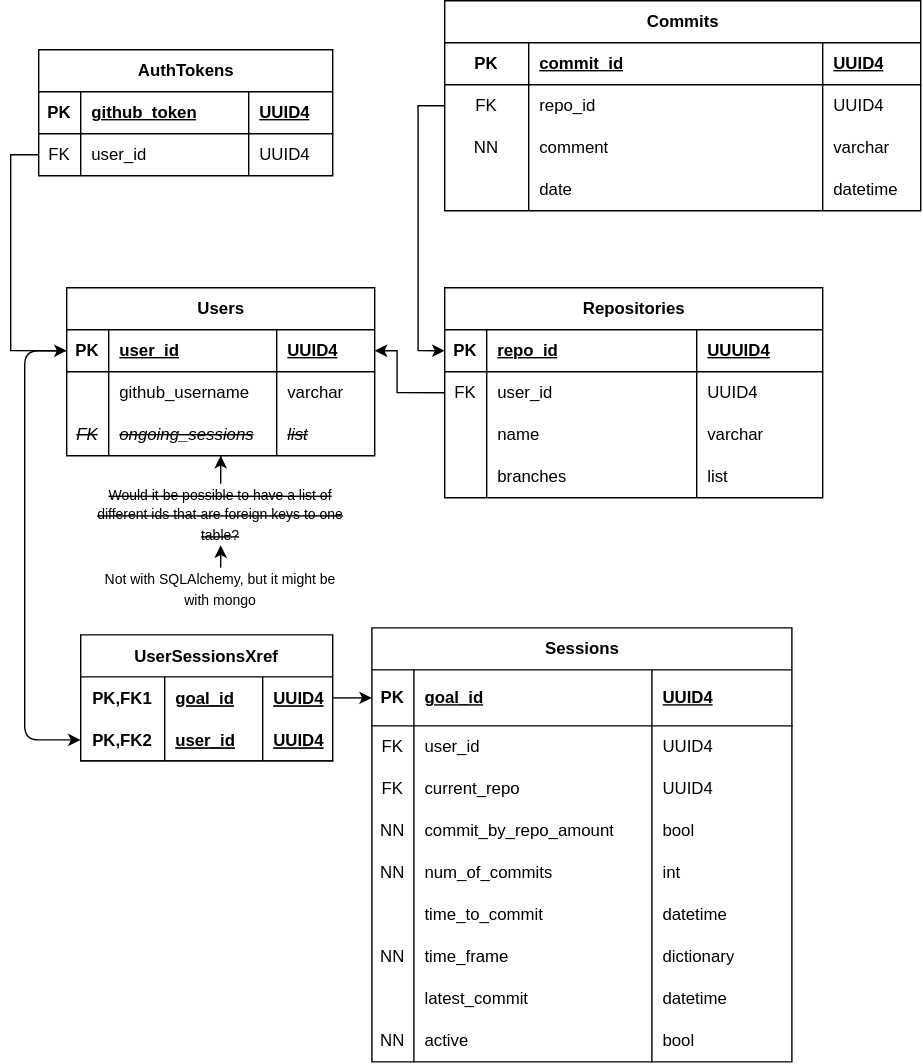
Earlier version of the draw.io export git-nabber.drawio.svg (Jamesh431/Cyclone). Source tidied: cells renumbered, new cells last; positions are measured from the earlier drawing's top-left corner, leaving out a move shared by most shapes.
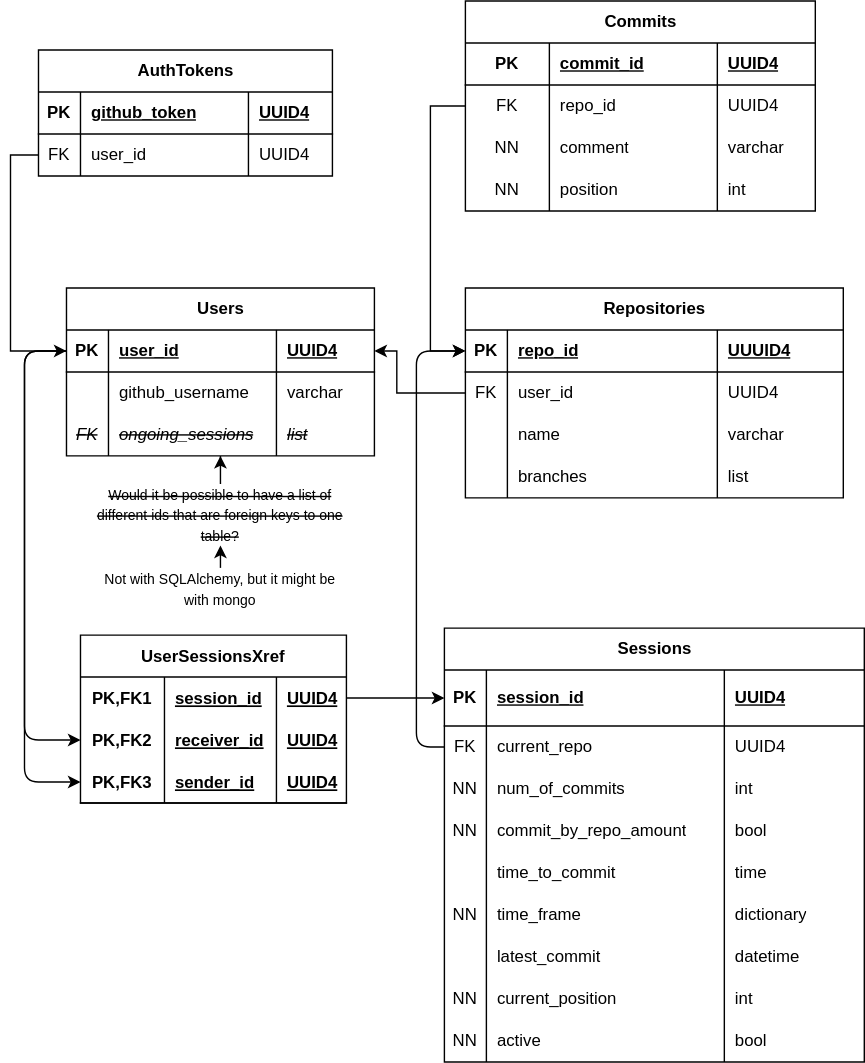
The same file after the commit.

Commit message:
made changes to ERD

What changed in the source:
```diff
@@ -74,3 +74,3 @@
     <mxCell id="25" value="Repositories" style="shape=table;startSize=30;rowLines=0;fontStyle=1;align=center;html=1;" parent="1" vertex="1">
-      <mxGeometry x="300" y="205" width="270" height="150" as="geometry" />
+      <mxGeometry x="315" y="205" width="270" height="150" as="geometry" />
     </mxCell>
@@ -125,6 +125,6 @@
     <mxCell id="42" value="Commits" style="shape=table;startSize=30;rowLines=0;fontStyle=1;align=center;html=1;" parent="1" vertex="1">
-      <mxGeometry x="300" width="340" height="150" as="geometry" />
+      <mxGeometry x="315" width="250" height="150" as="geometry" />
     </mxCell>
     <mxCell id="43" style="shape=tableRow;horizontal=0;startSize=0;swimlaneHead=0;swimlaneBody=0;fillColor=none;top=0;left=0;right=0;bottom=1;" parent="42" vertex="1">
-      <mxGeometry y="30" width="340" height="30" as="geometry" />
+      <mxGeometry y="30" width="250" height="30" as="geometry" />
     </mxCell>
@@ -134,9 +134,9 @@
     <mxCell id="45" value="commit_id" style="shape=partialRectangle;fillColor=none;top=0;left=0;bottom=0;right=0;align=left;spacingLeft=6;fontStyle=5;overflow=hidden;whiteSpace=wrap;html=1;" parent="43" vertex="1">
-      <mxGeometry x="60" width="210" height="30" as="geometry" />
+      <mxGeometry x="60" width="120" height="30" as="geometry" />
     </mxCell>
     <mxCell id="46" value="UUID4" style="shape=partialRectangle;fillColor=none;top=0;left=0;bottom=0;right=0;align=left;spacingLeft=6;fontStyle=5;overflow=hidden;whiteSpace=wrap;html=1;" parent="43" vertex="1">
-      <mxGeometry x="270" width="70" height="30" as="geometry" />
+      <mxGeometry x="180" width="70" height="30" as="geometry" />
     </mxCell>
     <mxCell id="47" style="shape=tableRow;horizontal=0;startSize=0;swimlaneHead=0;swimlaneBody=0;fillColor=none;points=[[0,0.5],[1,0.5]];portConstraint=eastwest;top=0;left=0;right=0;bottom=0;" parent="42" vertex="1">
-      <mxGeometry y="60" width="340" height="30" as="geometry" />
+      <mxGeometry y="60" width="250" height="30" as="geometry" />
     </mxCell>
@@ -146,9 +146,9 @@
     <mxCell id="49" value="repo_id" style="shape=partialRectangle;fillColor=none;top=0;left=0;bottom=0;right=0;align=left;spacingLeft=6;overflow=hidden;whiteSpace=wrap;html=1;" parent="47" vertex="1">
-      <mxGeometry x="60" width="210" height="30" as="geometry" />
+      <mxGeometry x="60" width="120" height="30" as="geometry" />
     </mxCell>
     <mxCell id="50" value="UUID4" style="shape=partialRectangle;fillColor=none;top=0;left=0;bottom=0;right=0;align=left;spacingLeft=6;overflow=hidden;whiteSpace=wrap;html=1;" parent="47" vertex="1">
-      <mxGeometry x="270" width="70" height="30" as="geometry" />
+      <mxGeometry x="180" width="70" height="30" as="geometry" />
     </mxCell>
     <mxCell id="51" style="shape=tableRow;horizontal=0;startSize=0;swimlaneHead=0;swimlaneBody=0;fillColor=none;top=0;left=0;right=0;bottom=0;" parent="42" vertex="1">
-      <mxGeometry y="90" width="340" height="30" as="geometry" />
+      <mxGeometry y="90" width="250" height="30" as="geometry" />
     </mxCell>
@@ -158,21 +158,21 @@
     <mxCell id="53" value="comment" style="shape=partialRectangle;fillColor=none;top=0;left=0;bottom=0;right=0;align=left;spacingLeft=6;overflow=hidden;whiteSpace=wrap;html=1;" parent="51" vertex="1">
-      <mxGeometry x="60" width="210" height="30" as="geometry" />
+      <mxGeometry x="60" width="120" height="30" as="geometry" />
     </mxCell>
     <mxCell id="54" value="varchar" style="shape=partialRectangle;fillColor=none;top=0;left=0;bottom=0;right=0;align=left;spacingLeft=6;overflow=hidden;whiteSpace=wrap;html=1;" parent="51" vertex="1">
-      <mxGeometry x="270" width="70" height="30" as="geometry" />
+      <mxGeometry x="180" width="70" height="30" as="geometry" />
     </mxCell>
     <mxCell id="55" style="shape=tableRow;horizontal=0;startSize=0;swimlaneHead=0;swimlaneBody=0;fillColor=none;top=0;left=0;right=0;bottom=0;" parent="42" vertex="1">
-      <mxGeometry y="120" width="340" height="30" as="geometry" />
+      <mxGeometry y="120" width="250" height="30" as="geometry" />
     </mxCell>
-    <mxCell id="56" style="shape=partialRectangle;fillColor=none;top=0;left=0;bottom=0;right=0;overflow=hidden;whiteSpace=wrap;html=1;" parent="55" vertex="1">
+    <mxCell id="56" value="NN" style="shape=partialRectangle;fillColor=none;top=0;left=0;bottom=0;right=0;overflow=hidden;whiteSpace=wrap;html=1;" parent="55" vertex="1">
       <mxGeometry width="60" height="30" as="geometry" />
     </mxCell>
-    <mxCell id="57" value="date" style="shape=partialRectangle;fillColor=none;top=0;left=0;bottom=0;right=0;align=left;spacingLeft=6;overflow=hidden;whiteSpace=wrap;html=1;" parent="55" vertex="1">
-      <mxGeometry x="60" width="210" height="30" as="geometry" />
+    <mxCell id="57" value="position" style="shape=partialRectangle;fillColor=none;top=0;left=0;bottom=0;right=0;align=left;spacingLeft=6;overflow=hidden;whiteSpace=wrap;html=1;" parent="55" vertex="1">
+      <mxGeometry x="60" width="120" height="30" as="geometry" />
     </mxCell>
-    <mxCell id="58" value="datetime" style="shape=partialRectangle;fillColor=none;top=0;left=0;bottom=0;right=0;align=left;spacingLeft=6;overflow=hidden;whiteSpace=wrap;html=1;" parent="55" vertex="1">
-      <mxGeometry x="270" width="70" height="30" as="geometry" />
+    <mxCell id="58" value="int" style="shape=partialRectangle;fillColor=none;top=0;left=0;bottom=0;right=0;align=left;spacingLeft=6;overflow=hidden;whiteSpace=wrap;html=1;" parent="55" vertex="1">
+      <mxGeometry x="180" width="70" height="30" as="geometry" />
     </mxCell>
     <mxCell id="59" value="Sessions" style="shape=table;startSize=30;rowLines=0;fontStyle=1;align=center;html=1;" parent="1" vertex="1">
-      <mxGeometry x="248" y="448" width="300" height="310" as="geometry" />
+      <mxGeometry x="300" y="448" width="300" height="310" as="geometry" />
     </mxCell>
@@ -184,3 +184,3 @@
     </mxCell>
-    <mxCell id="62" value="goal_id" style="shape=partialRectangle;fillColor=none;top=0;left=0;bottom=0;right=0;align=left;spacingLeft=6;fontStyle=5;overflow=hidden;whiteSpace=wrap;html=1;" parent="60" vertex="1">
+    <mxCell id="62" value="session_id" style="shape=partialRectangle;fillColor=none;top=0;left=0;bottom=0;right=0;align=left;spacingLeft=6;fontStyle=5;overflow=hidden;whiteSpace=wrap;html=1;" parent="60" vertex="1">
       <mxGeometry x="30" width="170" height="40" as="geometry" />
@@ -190,16 +190,4 @@
     </mxCell>
-    <mxCell id="64" style="shape=tableRow;horizontal=0;startSize=0;swimlaneHead=0;swimlaneBody=0;fillColor=none;top=0;left=0;right=0;bottom=0;" parent="59" vertex="1">
-      <mxGeometry y="70" width="300" height="30" as="geometry" />
-    </mxCell>
-    <mxCell id="65" value="FK" style="shape=partialRectangle;fillColor=none;top=0;left=0;bottom=0;right=0;overflow=hidden;whiteSpace=wrap;html=1;" parent="64" vertex="1">
-      <mxGeometry width="30" height="30" as="geometry" />
-    </mxCell>
-    <mxCell id="66" value="user_id" style="shape=partialRectangle;fillColor=none;top=0;left=0;bottom=0;right=0;align=left;spacingLeft=6;overflow=hidden;whiteSpace=wrap;html=1;" parent="64" vertex="1">
-      <mxGeometry x="30" width="170" height="30" as="geometry" />
-    </mxCell>
-    <mxCell id="67" value="UUID4" style="shape=partialRectangle;fillColor=none;top=0;left=0;bottom=0;right=0;align=left;spacingLeft=6;overflow=hidden;whiteSpace=wrap;html=1;" parent="64" vertex="1">
-      <mxGeometry x="200" width="100" height="30" as="geometry" />
-    </mxCell>
     <mxCell id="68" style="shape=tableRow;horizontal=0;startSize=0;swimlaneHead=0;swimlaneBody=0;fillColor=none;points=[[0,0.5],[1,0.5]];portConstraint=eastwest;top=0;left=0;right=0;bottom=0;" parent="59" vertex="1">
-      <mxGeometry y="100" width="300" height="30" as="geometry" />
+      <mxGeometry y="70" width="300" height="30" as="geometry" />
     </mxCell>
@@ -214,2 +202,14 @@
     </mxCell>
+    <mxCell id="76" style="shape=tableRow;horizontal=0;startSize=0;swimlaneHead=0;swimlaneBody=0;fillColor=none;top=0;left=0;right=0;bottom=0;" parent="59" vertex="1">
+      <mxGeometry y="100" width="300" height="30" as="geometry" />
+    </mxCell>
+    <mxCell id="77" value="NN" style="shape=partialRectangle;fillColor=none;top=0;left=0;bottom=0;right=0;overflow=hidden;whiteSpace=wrap;html=1;" parent="76" vertex="1">
+      <mxGeometry width="30" height="30" as="geometry" />
+    </mxCell>
+    <mxCell id="78" value="num_of_commits" style="shape=partialRectangle;fillColor=none;top=0;left=0;bottom=0;right=0;align=left;spacingLeft=6;overflow=hidden;whiteSpace=wrap;html=1;" parent="76" vertex="1">
+      <mxGeometry x="30" width="170" height="30" as="geometry" />
+    </mxCell>
+    <mxCell id="79" value="int" style="shape=partialRectangle;fillColor=none;top=0;left=0;bottom=0;right=0;align=left;spacingLeft=6;overflow=hidden;whiteSpace=wrap;html=1;" parent="76" vertex="1">
+      <mxGeometry x="200" width="100" height="30" as="geometry" />
+    </mxCell>
     <mxCell id="72" style="shape=tableRow;horizontal=0;startSize=0;swimlaneHead=0;swimlaneBody=0;fillColor=none;top=0;left=0;right=0;bottom=0;" parent="59" vertex="1">
@@ -226,16 +226,4 @@
     </mxCell>
-    <mxCell id="76" style="shape=tableRow;horizontal=0;startSize=0;swimlaneHead=0;swimlaneBody=0;fillColor=none;top=0;left=0;right=0;bottom=0;" parent="59" vertex="1">
-      <mxGeometry y="160" width="300" height="30" as="geometry" />
-    </mxCell>
-    <mxCell id="77" value="NN" style="shape=partialRectangle;fillColor=none;top=0;left=0;bottom=0;right=0;overflow=hidden;whiteSpace=wrap;html=1;" parent="76" vertex="1">
-      <mxGeometry width="30" height="30" as="geometry" />
-    </mxCell>
-    <mxCell id="78" value="num_of_commits" style="shape=partialRectangle;fillColor=none;top=0;left=0;bottom=0;right=0;align=left;spacingLeft=6;overflow=hidden;whiteSpace=wrap;html=1;" parent="76" vertex="1">
-      <mxGeometry x="30" width="170" height="30" as="geometry" />
-    </mxCell>
-    <mxCell id="79" value="int" style="shape=partialRectangle;fillColor=none;top=0;left=0;bottom=0;right=0;align=left;spacingLeft=6;overflow=hidden;whiteSpace=wrap;html=1;" parent="76" vertex="1">
-      <mxGeometry x="200" width="100" height="30" as="geometry" />
-    </mxCell>
     <mxCell id="80" style="shape=tableRow;horizontal=0;startSize=0;swimlaneHead=0;swimlaneBody=0;fillColor=none;top=0;left=0;right=0;bottom=0;" parent="59" vertex="1">
-      <mxGeometry y="190" width="300" height="30" as="geometry" />
+      <mxGeometry y="160" width="300" height="30" as="geometry" />
     </mxCell>
@@ -247,3 +235,3 @@
     </mxCell>
-    <mxCell id="83" value="datetime" style="shape=partialRectangle;fillColor=none;top=0;left=0;bottom=0;right=0;align=left;spacingLeft=6;overflow=hidden;whiteSpace=wrap;html=1;" parent="80" vertex="1">
+    <mxCell id="83" value="time" style="shape=partialRectangle;fillColor=none;top=0;left=0;bottom=0;right=0;align=left;spacingLeft=6;overflow=hidden;whiteSpace=wrap;html=1;" parent="80" vertex="1">
       <mxGeometry x="200" width="100" height="30" as="geometry" />
@@ -251,3 +239,3 @@
     <mxCell id="84" style="shape=tableRow;horizontal=0;startSize=0;swimlaneHead=0;swimlaneBody=0;fillColor=none;top=0;left=0;right=0;bottom=0;" parent="59" vertex="1">
-      <mxGeometry y="220" width="300" height="30" as="geometry" />
+      <mxGeometry y="190" width="300" height="30" as="geometry" />
     </mxCell>
@@ -263,3 +251,3 @@
     <mxCell id="88" style="shape=tableRow;horizontal=0;startSize=0;swimlaneHead=0;swimlaneBody=0;fillColor=none;top=0;left=0;right=0;bottom=0;" parent="59" vertex="1">
-      <mxGeometry y="250" width="300" height="30" as="geometry" />
+      <mxGeometry y="220" width="300" height="30" as="geometry" />
     </mxCell>
@@ -274,2 +262,14 @@
     </mxCell>
+    <mxCell id="113" style="shape=tableRow;horizontal=0;startSize=0;swimlaneHead=0;swimlaneBody=0;fillColor=none;top=0;left=0;right=0;bottom=0;" parent="59" vertex="1">
+      <mxGeometry y="250" width="300" height="30" as="geometry" />
+    </mxCell>
+    <mxCell id="114" value="NN" style="shape=partialRectangle;fillColor=none;top=0;left=0;bottom=0;right=0;overflow=hidden;whiteSpace=wrap;html=1;" parent="113" vertex="1">
+      <mxGeometry width="30" height="30" as="geometry" />
+    </mxCell>
+    <mxCell id="115" value="current_position" style="shape=partialRectangle;fillColor=none;top=0;left=0;bottom=0;right=0;align=left;spacingLeft=6;overflow=hidden;whiteSpace=wrap;html=1;" parent="113" vertex="1">
+      <mxGeometry x="30" width="170" height="30" as="geometry" />
+    </mxCell>
+    <mxCell id="116" value="int" style="shape=partialRectangle;fillColor=none;top=0;left=0;bottom=0;right=0;align=left;spacingLeft=6;overflow=hidden;whiteSpace=wrap;html=1;" parent="113" vertex="1">
+      <mxGeometry x="200" width="100" height="30" as="geometry" />
+    </mxCell>
     <mxCell id="92" style="shape=tableRow;horizontal=0;startSize=0;swimlaneHead=0;swimlaneBody=0;fillColor=none;top=0;left=0;right=0;bottom=0;" parent="59" vertex="1">
@@ -309,4 +309,4 @@
         <Array as="points">
-          <mxPoint x="281" y="75" />
-          <mxPoint x="281" y="250" />
+          <mxPoint x="290" y="75" />
+          <mxPoint x="290" y="250" />
         </Array>
@@ -315,6 +315,6 @@
     <mxCell id="102" value="UserSessionsXref" style="shape=table;startSize=30;rowLines=0;fontStyle=1;align=center;" parent="1" vertex="1">
-      <mxGeometry x="40" y="453" width="180" height="90" as="geometry" />
+      <mxGeometry x="40" y="453" width="190" height="120" as="geometry" />
     </mxCell>
     <mxCell id="103" style="shape=tableRow;horizontal=0;startSize=0;swimlaneHead=0;swimlaneBody=0;fillColor=none;points=[[0,0.5],[1,0.5]];portConstraint=eastwest;top=0;left=0;right=0;bottom=0;" parent="102" vertex="1">
-      <mxGeometry y="30" width="180" height="30" as="geometry" />
+      <mxGeometry y="30" width="190" height="30" as="geometry" />
     </mxCell>
@@ -323,19 +323,31 @@
     </mxCell>
-    <mxCell id="105" value="goal_id" style="shape=partialRectangle;fillColor=none;top=0;left=0;bottom=0;right=0;align=left;spacingLeft=6;fontStyle=5;overflow=hidden;" parent="103" vertex="1">
-      <mxGeometry x="60" width="70" height="30" as="geometry" />
+    <mxCell id="105" value="session_id" style="shape=partialRectangle;fillColor=none;top=0;left=0;bottom=0;right=0;align=left;spacingLeft=6;fontStyle=5;overflow=hidden;" parent="103" vertex="1">
+      <mxGeometry x="60" width="80" height="30" as="geometry" />
     </mxCell>
     <mxCell id="106" value="UUID4" style="shape=partialRectangle;fillColor=none;top=0;left=0;bottom=0;right=0;align=left;spacingLeft=6;fontStyle=5;overflow=hidden;" parent="103" vertex="1">
-      <mxGeometry x="130" width="50" height="30" as="geometry" />
+      <mxGeometry x="140" width="50" height="30" as="geometry" />
     </mxCell>
+    <mxCell id="117" style="shape=tableRow;horizontal=0;startSize=0;swimlaneHead=0;swimlaneBody=0;fillColor=none;points=[[0,0.5],[1,0.5]];portConstraint=eastwest;top=0;left=0;right=0;bottom=0;" parent="102" vertex="1">
+      <mxGeometry y="60" width="190" height="30" as="geometry" />
+    </mxCell>
+    <mxCell id="118" value="PK,FK2" style="shape=partialRectangle;fillColor=none;top=0;left=0;bottom=0;right=0;fontStyle=1;overflow=hidden;" parent="117" vertex="1">
+      <mxGeometry width="60" height="30" as="geometry" />
+    </mxCell>
+    <mxCell id="119" value="receiver_id" style="shape=partialRectangle;fillColor=none;top=0;left=0;bottom=0;right=0;align=left;spacingLeft=6;fontStyle=5;overflow=hidden;" parent="117" vertex="1">
+      <mxGeometry x="60" width="80" height="30" as="geometry" />
+    </mxCell>
+    <mxCell id="67" value="UUID4" style="shape=partialRectangle;fillColor=none;top=0;left=0;bottom=0;right=0;align=left;spacingLeft=6;fontStyle=5;overflow=hidden;" parent="117" vertex="1">
+      <mxGeometry x="140" width="50" height="30" as="geometry" />
+    </mxCell>
     <mxCell id="107" style="shape=tableRow;horizontal=0;startSize=0;swimlaneHead=0;swimlaneBody=0;fillColor=none;points=[[0,0.5],[1,0.5]];portConstraint=eastwest;top=0;left=0;right=0;bottom=1;" parent="102" vertex="1">
-      <mxGeometry y="60" width="180" height="30" as="geometry" />
+      <mxGeometry y="90" width="190" height="30" as="geometry" />
     </mxCell>
-    <mxCell id="108" value="PK,FK2" style="shape=partialRectangle;fillColor=none;top=0;left=0;bottom=0;right=0;fontStyle=1;overflow=hidden;" parent="107" vertex="1">
+    <mxCell id="108" value="PK,FK3" style="shape=partialRectangle;fillColor=none;top=0;left=0;bottom=0;right=0;fontStyle=1;overflow=hidden;" parent="107" vertex="1">
       <mxGeometry width="60" height="30" as="geometry" />
     </mxCell>
-    <mxCell id="109" value="user_id" style="shape=partialRectangle;fillColor=none;top=0;left=0;bottom=0;right=0;align=left;spacingLeft=6;fontStyle=5;overflow=hidden;" parent="107" vertex="1">
-      <mxGeometry x="60" width="70" height="30" as="geometry" />
+    <mxCell id="109" value="sender_id" style="shape=partialRectangle;fillColor=none;top=0;left=0;bottom=0;right=0;align=left;spacingLeft=6;fontStyle=5;overflow=hidden;" parent="107" vertex="1">
+      <mxGeometry x="60" width="80" height="30" as="geometry" />
     </mxCell>
     <mxCell id="110" value="UUID4" style="shape=partialRectangle;fillColor=none;top=0;left=0;bottom=0;right=0;align=left;spacingLeft=6;fontStyle=5;overflow=hidden;" parent="107" vertex="1">
-      <mxGeometry x="130" width="50" height="30" as="geometry" />
+      <mxGeometry x="140" width="50" height="30" as="geometry" />
     </mxCell>
@@ -348,3 +360,3 @@
           <mxPoint y="250" />
-          <mxPoint y="528" />
+          <mxPoint y="558" />
         </Array>
@@ -352,2 +364,18 @@
     </mxCell>
+    <mxCell id="120" style="edgeStyle=none;html=1;exitX=0;exitY=0.5;exitDx=0;exitDy=0;entryX=0;entryY=0.5;entryDx=0;entryDy=0;" parent="1" edge="1" source="68" target="26">
+      <mxGeometry relative="1" as="geometry">
+        <Array as="points">
+          <mxPoint x="280" y="533" />
+          <mxPoint x="280" y="250" />
+        </Array>
+      </mxGeometry>
+    </mxCell>
+    <mxCell id="121" style="edgeStyle=none;html=1;exitX=0;exitY=0.5;exitDx=0;exitDy=0;entryX=0;entryY=0.5;entryDx=0;entryDy=0;" parent="1" edge="1" source="12" target="117">
+      <mxGeometry relative="1" as="geometry">
+        <Array as="points">
+          <mxPoint y="250" />
+          <mxPoint y="528" />
+        </Array>
+      </mxGeometry>
+    </mxCell>
   </root>
```
